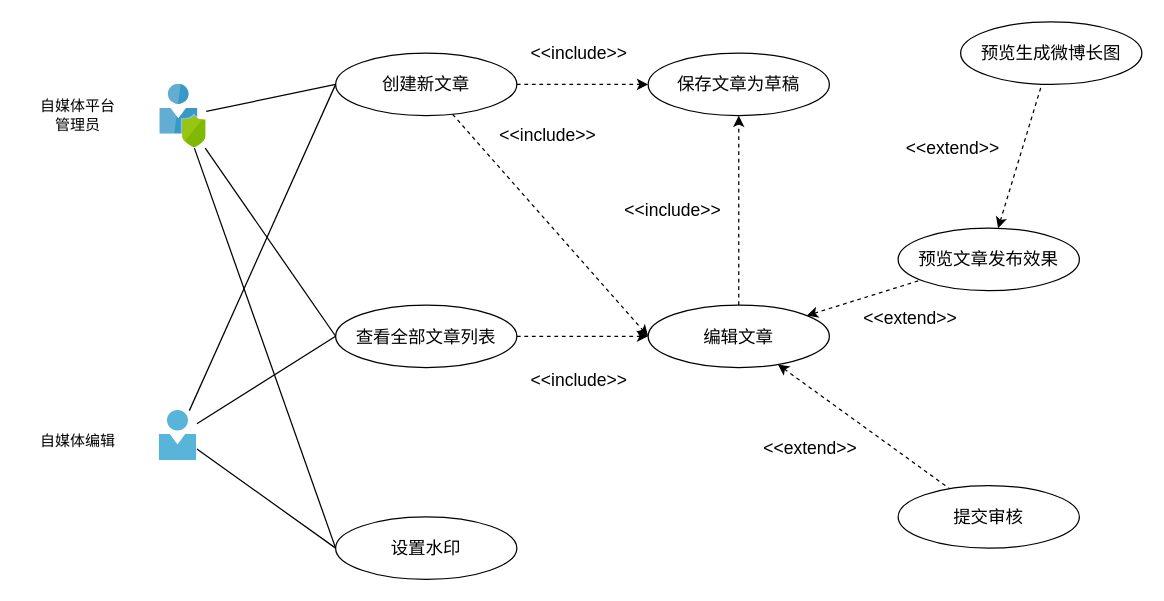
Earlier version of the draw.io diagram 1-SoftwareRequirements/Editor/editor_usercase.drawio (zan-press/diagram). Source tidied: cells renumbered, new cells numbered last; positions are measured from the earlier drawing's top-left corner, leaving out a move shared by most shapes. Both pictures are drawn from the tidied source at 125%, with x=0, y=0 at pixel (21, 21).
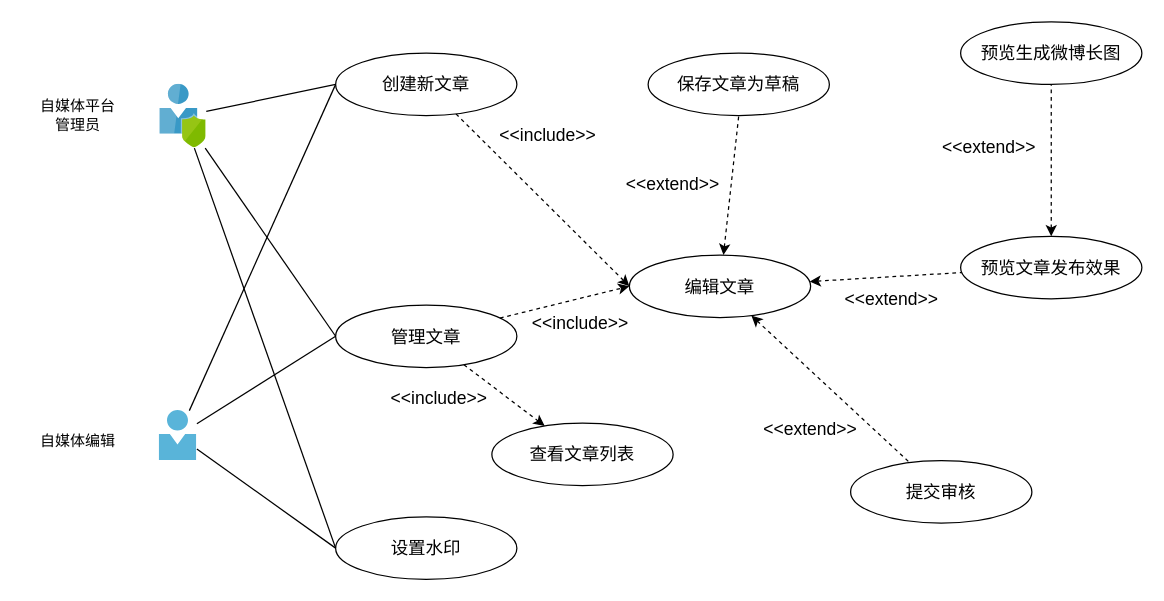
The same page after the edit.

Commit message:
Update editor usercase diagram

Unchanged cells that the change refers to:
```xml
<mxCell id="6" value="创建新文章" style="ellipse;whiteSpace=wrap;html=1;fontFamily=SF Mono;fontSize=14;" parent="1" vertex="1">
  <mxGeometry x="251" y="25" width="145" height="50" as="geometry" />
</mxCell>
<mxCell id="16" value="保存文章为草稿" style="ellipse;whiteSpace=wrap;html=1;fontFamily=SF Mono;fontSize=14;" parent="1" vertex="1">
  <mxGeometry x="501" y="25" width="145" height="50" as="geometry" />
</mxCell>
```

What changed in the source:
```diff
@@
+    <mxCell id="34" style="rounded=0;jettySize=auto;html=1;dashed=1;" parent="1" edge="1" source="11" target="35">
+      <mxGeometry relative="1" as="geometry" />
+    </mxCell>
-    <mxCell id="11" value="查看全部文章列表" style="ellipse;whiteSpace=wrap;html=1;fontFamily=SF Mono;fontSize=14;" parent="1" vertex="1">
+    <mxCell id="11" value="管理文章" style="ellipse;whiteSpace=wrap;html=1;fontFamily=SF Mono;fontSize=14;" parent="1" vertex="1">
       <mxGeometry x="251" y="226.5" width="145" height="50" as="geometry" />
     </mxCell>
+    <mxCell id="35" value="查看文章列表" style="ellipse;whiteSpace=wrap;html=1;fontFamily=SF Mono;fontSize=14;" parent="1" vertex="1">
+      <mxGeometry x="376" y="321" width="145" height="50" as="geometry" />
+    </mxCell>
@@
     <mxCell id="18" value="预览文章发布效果" style="ellipse;whiteSpace=wrap;html=1;fontFamily=SF Mono;fontSize=14;" parent="1" vertex="1">
-      <mxGeometry x="701" y="165" width="145" height="50" as="geometry" />
+      <mxGeometry x="751" y="171.5" width="145" height="50" as="geometry" />
     </mxCell>
@@
     <mxCell id="20" value="提交审核" style="ellipse;whiteSpace=wrap;html=1;fontFamily=SF Mono;fontSize=14;" parent="1" vertex="1">
-      <mxGeometry x="701" y="371" width="145" height="50" as="geometry" />
+      <mxGeometry x="663" y="351" width="145" height="50" as="geometry" />
     </mxCell>
-    <mxCell id="21" style="rounded=0;jettySize=auto;html=1;startArrow=none;startFill=0;endArrow=classic;endFill=1;dashed=1;entryX=0;entryY=0.5;entryDx=0;entryDy=0;fontFamily=SF Mono;" parent="1" edge="1" source="6" target="16">
-      <mxGeometry relative="1" as="geometry" />
-    </mxCell>
-    <mxCell id="22" value="&amp;lt;&amp;lt;include&amp;gt;&amp;gt;" style="text;html=1;strokeColor=none;fillColor=none;align=center;verticalAlign=middle;whiteSpace=wrap;rounded=0;fontFamily=SF Mono;fontSize=14;rotation=0;" parent="1" vertex="1">
-      <mxGeometry x="396" y="15" width="100" height="20" as="geometry" />
-    </mxCell>
@@
-    <mxCell id="24" style="edgeStyle=none;rounded=0;jettySize=auto;html=1;entryX=0.5;entryY=1;entryDx=0;entryDy=0;startArrow=none;startFill=0;endArrow=classic;endFill=1;dashed=1;" parent="1" edge="1" source="25" target="16">
+    <mxCell id="24" style="edgeStyle=none;rounded=0;jettySize=auto;html=1;entryX=0.5;entryY=1;entryDx=0;entryDy=0;startArrow=classic;startFill=1;endArrow=none;endFill=0;dashed=1;" parent="1" edge="1" source="25" target="16">
       <mxGeometry relative="1" as="geometry" />
     </mxCell>
     <mxCell id="25" value="编辑文章" style="ellipse;whiteSpace=wrap;html=1;fontFamily=SF Mono;fontSize=14;" parent="1" vertex="1">
-      <mxGeometry x="501" y="226.5" width="145" height="50" as="geometry" />
+      <mxGeometry x="486" y="186.5" width="145" height="50" as="geometry" />
     </mxCell>
     <mxCell id="26" value="&amp;lt;&amp;lt;extend&amp;gt;&amp;gt;" style="text;html=1;strokeColor=none;fillColor=none;align=center;verticalAlign=middle;whiteSpace=wrap;rounded=0;fontFamily=SF Mono;fontSize=14;rotation=0;" parent="1" vertex="1">
-      <mxGeometry x="581" y="331" width="100" height="20" as="geometry" />
+      <mxGeometry x="581" y="316" width="100" height="20" as="geometry" />
     </mxCell>
     <mxCell id="27" value="&amp;lt;&amp;lt;include&amp;gt;&amp;gt;" style="text;html=1;strokeColor=none;fillColor=none;align=center;verticalAlign=middle;whiteSpace=wrap;rounded=0;fontFamily=SF Mono;fontSize=14;rotation=0;" parent="1" vertex="1">
-      <mxGeometry x="393" y="276.5" width="106" height="20" as="geometry" />
+      <mxGeometry x="394" y="231" width="106" height="20" as="geometry" />
     </mxCell>
     <mxCell id="28" value="&amp;lt;&amp;lt;extend&amp;gt;&amp;gt;" style="text;html=1;strokeColor=none;fillColor=none;align=center;verticalAlign=middle;whiteSpace=wrap;rounded=0;fontFamily=SF Mono;fontSize=14;rotation=0;" parent="1" vertex="1">
-      <mxGeometry x="694.5" y="91" width="100" height="20" as="geometry" />
+      <mxGeometry x="723.5" y="90" width="100" height="20" as="geometry" />
     </mxCell>
     <mxCell id="29" value="&amp;lt;&amp;lt;extend&amp;gt;&amp;gt;" style="text;html=1;strokeColor=none;fillColor=none;align=center;verticalAlign=middle;whiteSpace=wrap;rounded=0;fontFamily=SF Mono;fontSize=14;rotation=0;" parent="1" vertex="1">
-      <mxGeometry x="661" y="226.5" width="100" height="20" as="geometry" />
+      <mxGeometry x="646" y="211.5" width="100" height="20" as="geometry" />
     </mxCell>
@@
-    <mxCell id="33" value="&amp;lt;&amp;lt;include&amp;gt;&amp;gt;" style="text;html=1;strokeColor=none;fillColor=none;align=center;verticalAlign=middle;whiteSpace=wrap;rounded=0;fontFamily=SF Mono;fontSize=14;rotation=0;" parent="1" vertex="1">
-      <mxGeometry x="471" y="141" width="100" height="20" as="geometry" />
-    </mxCell>
+    <mxCell id="36" value="&amp;lt;&amp;lt;include&amp;gt;&amp;gt;" style="text;html=1;strokeColor=none;fillColor=none;align=center;verticalAlign=middle;whiteSpace=wrap;rounded=0;fontFamily=SF Mono;fontSize=14;rotation=0;" parent="1" vertex="1">
+      <mxGeometry x="281" y="291" width="106" height="20" as="geometry" />
+    </mxCell>
+    <mxCell id="37" value="&amp;lt;&amp;lt;extend&amp;gt;&amp;gt;" style="text;html=1;strokeColor=none;fillColor=none;align=center;verticalAlign=middle;whiteSpace=wrap;rounded=0;fontFamily=SF Mono;fontSize=14;rotation=0;" parent="1" vertex="1">
+      <mxGeometry x="471" y="120" width="100" height="20" as="geometry" />
+    </mxCell>
```
